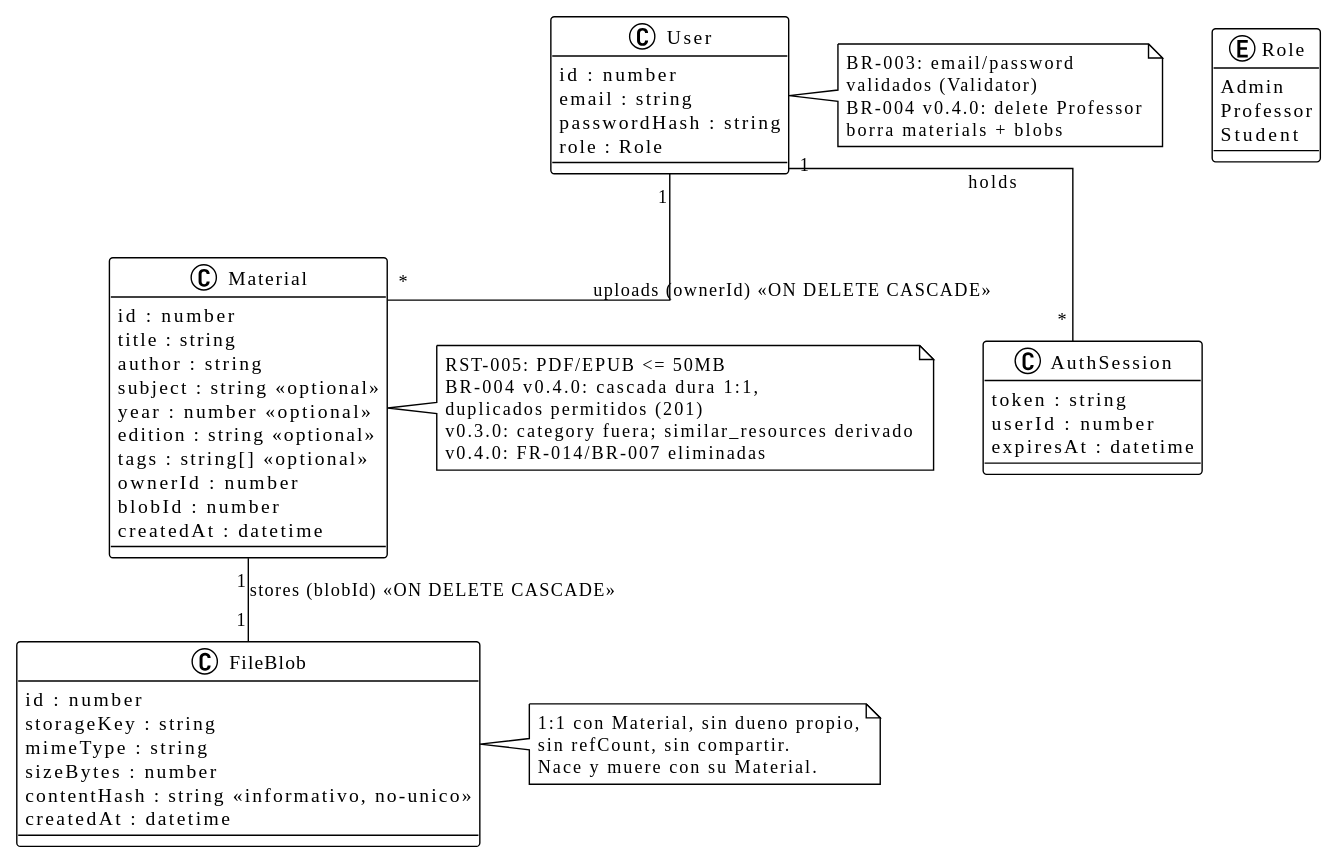
This is 2026-09-29-laboratorio-bibliotech/docs/02-requirements/conceptual-model.svg from estebanmatias92/tecnicatura-practicas-profesionalizantes-ii, a PlantUML export, as it was before one commit.
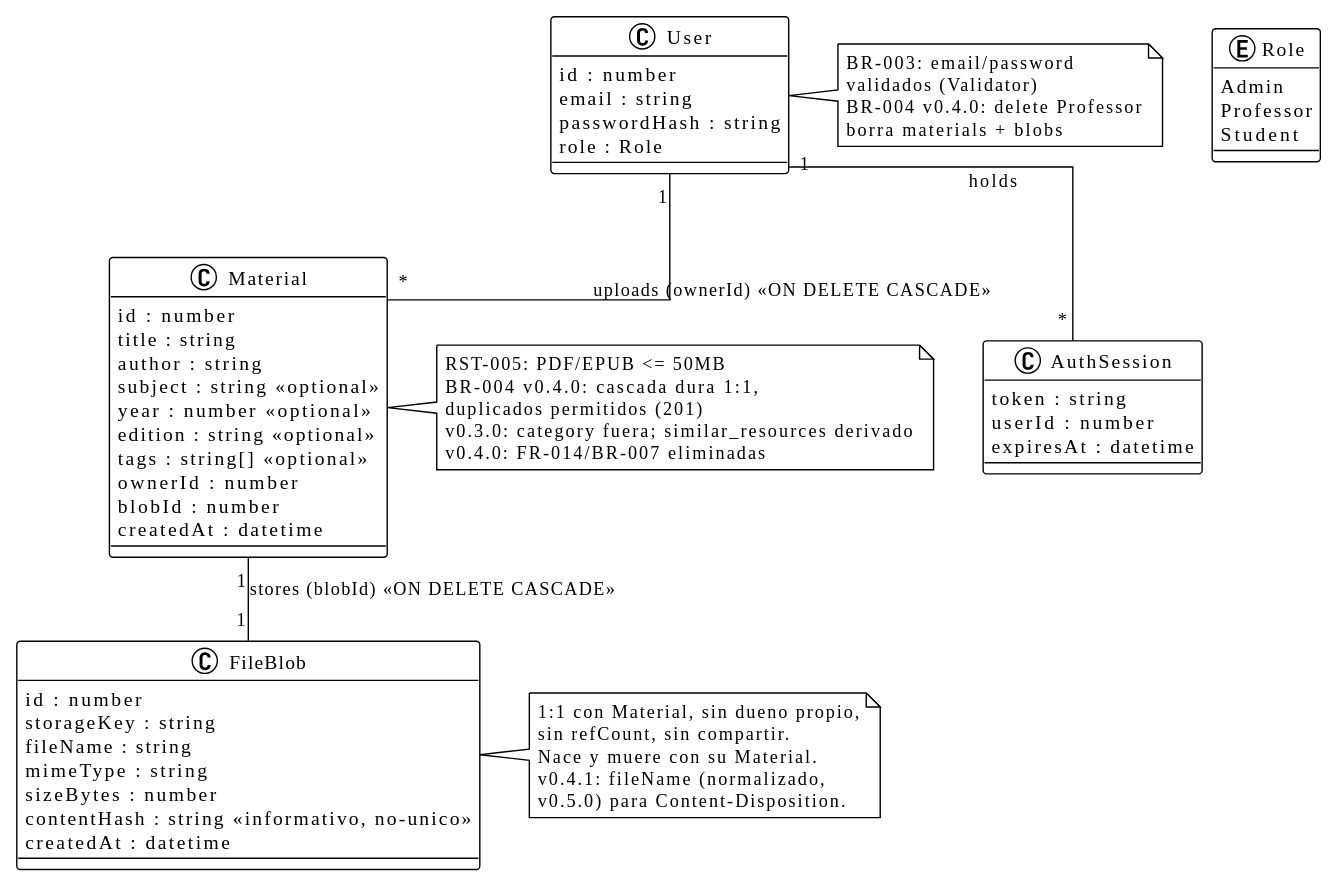
The same diagram one commit later.

Diff of the diagram source:
```diff
@@ -31,6 +31,7 @@
 class FileBlob {
   id : number
   storageKey : string
+  fileName : string
   mimeType : string
   sizeBytes : number
   contentHash : string <<informativo, no-unico>>
@@ -59,6 +60,8 @@
   1:1 con Material, sin dueno propio,
   sin refCount, sin compartir.
   Nace y muere con su Material.
+  v0.4.1: fileName (normalizado,
+  v0.5.0) para Content-Disposition.
 end note
 
 note right of User
```
